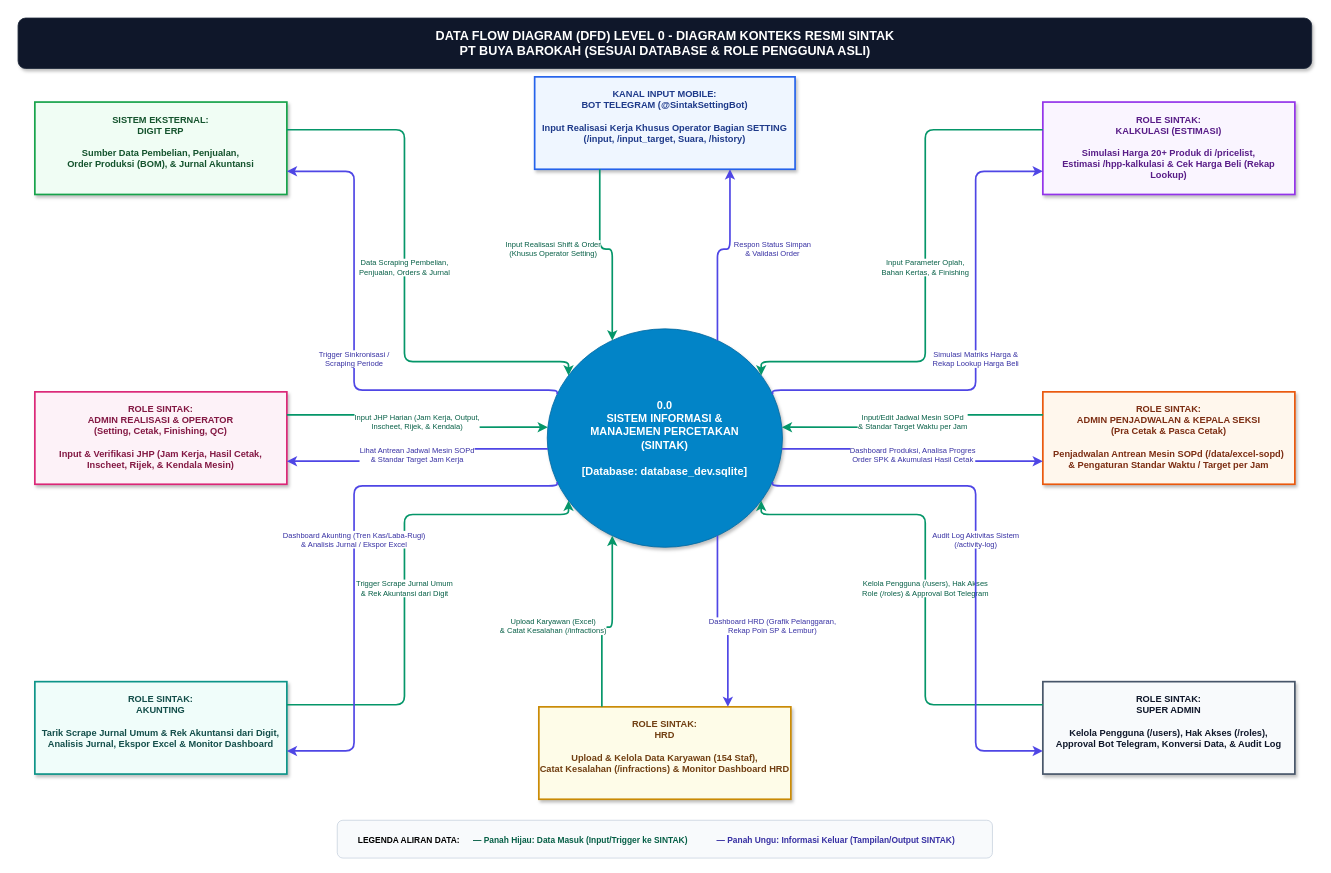
nauval131922-2/sintak_pt_buya_barokah keeps this draw.io diagram as page "DFD Level 0 - Diagram Konteks" (1 of 2) of sintak-dfd.drawio. Above is the earlier version. Source tidied: cells renumbered, new cells numbered last; positions are measured from the earlier drawing's top-left corner, leaving out a move shared by most shapes. Both pictures are drawn from the tidied source at 84%, with x=0, y=0 at pixel (18, 18).
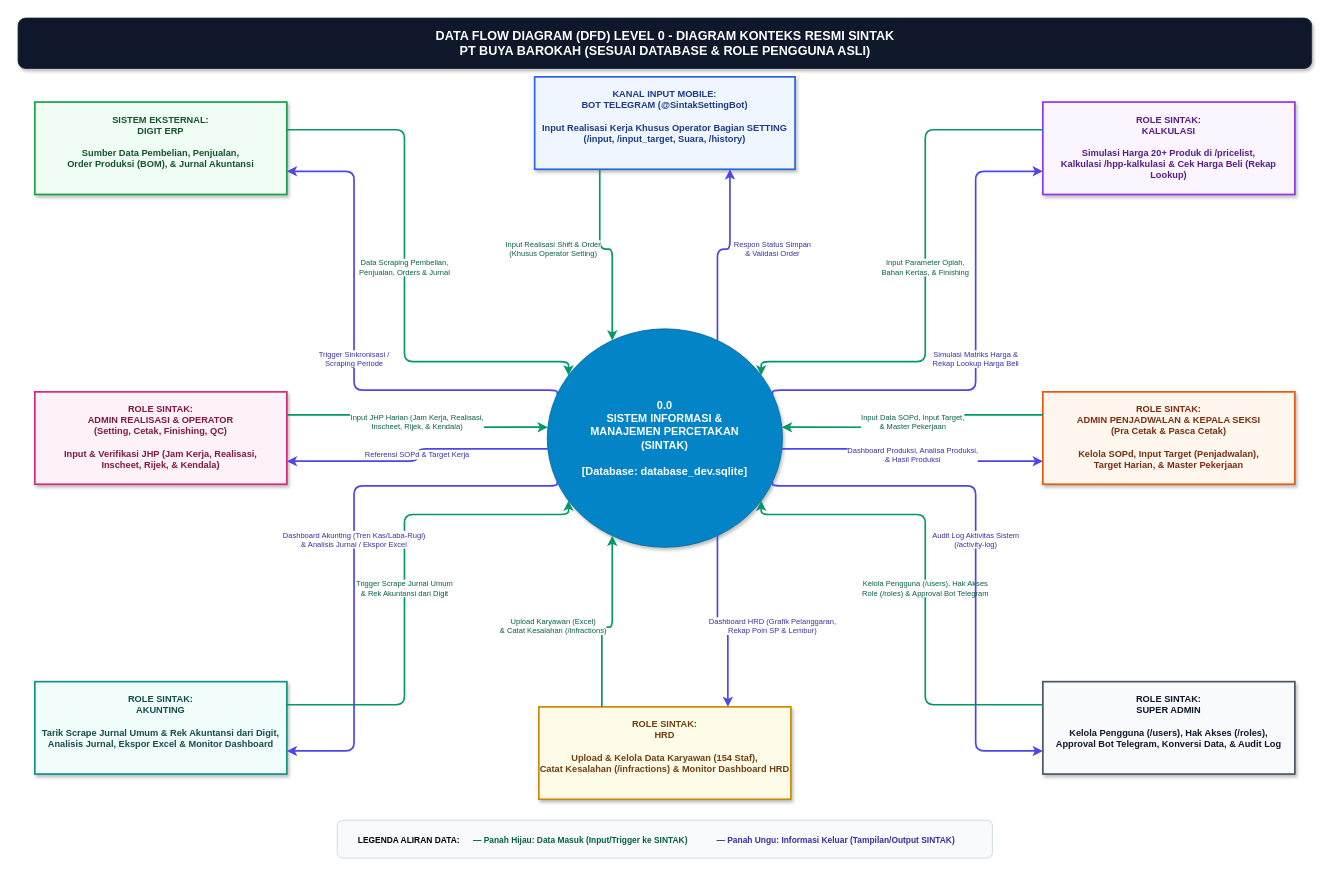
The same page after the edit.

Commit message (it also covers changes not shown here):
docs: hapus kata estimasi dan gunakan murni nama role Kalkulasi sesuai database dan menu sistem SINTAK

Unchanged cells that the change refers to:
```xml
<mxCell id="4" value="0.0&#10;SISTEM INFORMASI &amp;&#10;MANAJEMEN PERCETAKAN&#10;(SINTAK)&#10;&#10;[Database: database_dev.sqlite]" style="ellipse;whiteSpace=wrap;html=1;fillColor=#0284c7;strokeColor=#0369a1;fontColor=#ffffff;fontSize=13;fontStyle=1;align=center;verticalAlign=middle;shadow=1;spacing=8;" parent="1" vertex="1">
  <mxGeometry x="630" y="370" width="280" height="260" as="geometry" />
</mxCell>
```

Change to the diagram source:
```diff
@@
-    <mxCell id="7" value="ROLE SINTAK:&#10;KALKULASI (ESTIMASI)&#10;&#10;Simulasi Harga 20+ Produk di /pricelist,&#10;Estimasi /hpp-kalkulasi &amp; Cek Harga Beli (Rekap Lookup)" style="rounded=0;whiteSpace=wrap;html=1;shadow=1;fontSize=11;fontStyle=1;align=center;verticalAlign=top;spacingTop=8;strokeWidth=2;fillColor=#faf5ff;strokeColor=#9333ea;fontColor=#581c87;" parent="1" vertex="1">
+    <mxCell id="7" value="ROLE SINTAK:&#10;KALKULASI&#10;&#10;Simulasi Harga 20+ Produk di /pricelist,&#10;Kalkulasi /hpp-kalkulasi &amp; Cek Harga Beli (Rekap Lookup)" style="rounded=0;whiteSpace=wrap;html=1;shadow=1;fontSize=11;fontStyle=1;align=center;verticalAlign=top;spacingTop=8;strokeWidth=2;fillColor=#faf5ff;strokeColor=#9333ea;fontColor=#581c87;" parent="1" vertex="1">
       <mxGeometry x="1220" y="100" width="300" height="110" as="geometry" />
     </mxCell>
-    <mxCell id="8" value="ROLE SINTAK:&#10;ADMIN REALISASI &amp; OPERATOR&#10;(Setting, Cetak, Finishing, QC)&#10;&#10;Input &amp; Verifikasi JHP (Jam Kerja, Hasil Cetak,&#10;Inscheet, Rijek, &amp; Kendala Mesin)" style="rounded=0;whiteSpace=wrap;html=1;shadow=1;fontSize=11;fontStyle=1;align=center;verticalAlign=top;spacingTop=8;strokeWidth=2;fillColor=#fdf2f8;strokeColor=#db2777;fontColor=#831843;" parent="1" vertex="1">
+    <mxCell id="8" value="ROLE SINTAK:&#10;ADMIN REALISASI &amp; OPERATOR&#10;(Setting, Cetak, Finishing, QC)&#10;&#10;Input &amp; Verifikasi JHP (Jam Kerja, Realisasi,&#10;Inscheet, Rijek, &amp; Kendala)" style="rounded=0;whiteSpace=wrap;html=1;shadow=1;fontSize=11;fontStyle=1;align=center;verticalAlign=top;spacingTop=8;strokeWidth=2;fillColor=#fdf2f8;strokeColor=#db2777;fontColor=#831843;" parent="1" vertex="1">
       <mxGeometry x="20" y="445" width="300" height="110" as="geometry" />
     </mxCell>
-    <mxCell id="9" value="ROLE SINTAK:&#10;ADMIN PENJADWALAN &amp; KEPALA SEKSI&#10;(Pra Cetak &amp; Pasca Cetak)&#10;&#10;Penjadwalan Antrean Mesin SOPd (/data/excel-sopd)&#10;&amp; Pengaturan Standar Waktu / Target per Jam" style="rounded=0;whiteSpace=wrap;html=1;shadow=1;fontSize=11;fontStyle=1;align=center;verticalAlign=top;spacingTop=8;strokeWidth=2;fillColor=#fff7ed;strokeColor=#ea580c;fontColor=#7c2d12;" parent="1" vertex="1">
+    <mxCell id="9" value="ROLE SINTAK:&#10;ADMIN PENJADWALAN &amp; KEPALA SEKSI&#10;(Pra Cetak &amp; Pasca Cetak)&#10;&#10;Kelola SOPd, Input Target (Penjadwalan),&#10;Target Harian, &amp; Master Pekerjaan" style="rounded=0;whiteSpace=wrap;html=1;shadow=1;fontSize=11;fontStyle=1;align=center;verticalAlign=top;spacingTop=8;strokeWidth=2;fillColor=#fff7ed;strokeColor=#ea580c;fontColor=#7c2d12;" parent="1" vertex="1">
       <mxGeometry x="1220" y="445" width="300" height="110" as="geometry" />
     </mxCell>
@@
-    <mxCell id="19" value="Input JHP Harian (Jam Kerja, Output,&#10;Inscheet, Rijek, &amp; Kendala)" style="edgeStyle=orthogonalEdgeStyle;rounded=1;jettySize=auto;html=1;strokeWidth=2;strokeColor=#059669;fontColor=#065f46;fontSize=9;labelBackgroundColor=#ffffff;exitX=1;exitY=0.25;entryX=0;entryY=0.45;align=center;" parent="1" edge="1" source="8" target="4">
+    <mxCell id="19" value="Input JHP Harian (Jam Kerja, Realisasi,&#10;Inscheet, Rijek, &amp; Kendala)" style="edgeStyle=orthogonalEdgeStyle;rounded=1;jettySize=auto;html=1;strokeWidth=2;strokeColor=#059669;fontColor=#065f46;fontSize=9;labelBackgroundColor=#ffffff;exitX=1;exitY=0.25;entryX=0;entryY=0.45;align=center;" parent="1" edge="1" source="8" target="4">
       <mxGeometry relative="1" as="geometry" />
     </mxCell>
-    <mxCell id="20" value="Lihat Antrean Jadwal Mesin SOPd&#10;&amp; Standar Target Jam Kerja" style="edgeStyle=orthogonalEdgeStyle;rounded=1;jettySize=auto;html=1;strokeWidth=2;strokeColor=#4f46e5;fontColor=#3730a3;fontSize=9;labelBackgroundColor=#ffffff;exitX=0;exitY=0.55;entryX=1;entryY=0.75;align=center;" parent="1" edge="1" source="4" target="8">
+    <mxCell id="20" value="Referensi SOPd &amp; Target Kerja" style="edgeStyle=orthogonalEdgeStyle;rounded=1;jettySize=auto;html=1;strokeWidth=2;strokeColor=#4f46e5;fontColor=#3730a3;fontSize=9;labelBackgroundColor=#ffffff;exitX=0;exitY=0.55;entryX=1;entryY=0.75;align=center;" parent="1" edge="1" source="4" target="8">
       <mxGeometry relative="1" as="geometry" />
     </mxCell>
-    <mxCell id="21" value="Input/Edit Jadwal Mesin SOPd&#10;&amp; Standar Target Waktu per Jam" style="edgeStyle=orthogonalEdgeStyle;rounded=1;jettySize=auto;html=1;strokeWidth=2;strokeColor=#059669;fontColor=#065f46;fontSize=9;labelBackgroundColor=#ffffff;exitX=0;exitY=0.25;entryX=1;entryY=0.45;align=center;" parent="1" edge="1" source="9" target="4">
+    <mxCell id="21" value="Input Data SOPd, Input Target,&#10;&amp; Master Pekerjaan" style="edgeStyle=orthogonalEdgeStyle;rounded=1;jettySize=auto;html=1;strokeWidth=2;strokeColor=#059669;fontColor=#065f46;fontSize=9;labelBackgroundColor=#ffffff;exitX=0;exitY=0.25;entryX=1;entryY=0.45;align=center;" parent="1" edge="1" source="9" target="4">
       <mxGeometry relative="1" as="geometry" />
     </mxCell>
-    <mxCell id="22" value="Dashboard Produksi, Analisa Progres&#10;Order SPK &amp; Akumulasi Hasil Cetak" style="edgeStyle=orthogonalEdgeStyle;rounded=1;jettySize=auto;html=1;strokeWidth=2;strokeColor=#4f46e5;fontColor=#3730a3;fontSize=9;labelBackgroundColor=#ffffff;exitX=1;exitY=0.55;entryX=0;entryY=0.75;align=center;" parent="1" edge="1" source="4" target="9">
+    <mxCell id="22" value="Dashboard Produksi, Analisa Produksi,&#10;&amp; Hasil Produksi" style="edgeStyle=orthogonalEdgeStyle;rounded=1;jettySize=auto;html=1;strokeWidth=2;strokeColor=#4f46e5;fontColor=#3730a3;fontSize=9;labelBackgroundColor=#ffffff;exitX=1;exitY=0.55;entryX=0;entryY=0.75;align=center;" parent="1" edge="1" source="4" target="9">
       <mxGeometry relative="1" as="geometry" />
     </mxCell>
```
